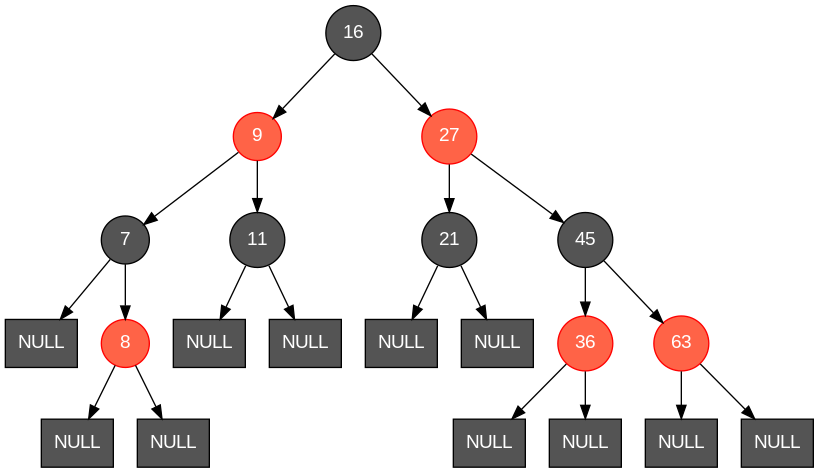
Before: diagram.png, a diagram exported from Graphviz (radwanCS/Data-Structure-Visualization-with-Graphviz). Its source is kept beside it as diagram.dot.
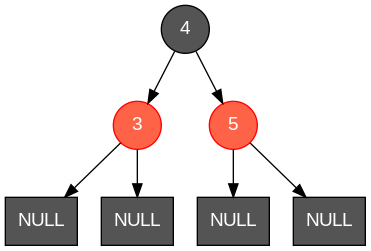
After the change.

Commit message:
red black tree update delete operations not implemented yet

The edit, as a diff of the source:
```diff
@@ -1,52 +1,17 @@
 digraph BST {
-	node [fontname="Arial", shape=circle];
-	16 [color = black, style=filled, fillcolor = gray33];
-	9 [color=red, style=filled, fillcolor=tomato];
-	16 -> 9;
-	16 [color = black, style = filled, fillcolor = gray33];
-	27 [color = red, style=filled, fillcolor = tomato];
-	16 -> 27;
-	9 [color=red, style=filled, fillcolor=tomato];
-	7 [color = black, style=filled, fillcolor = gray33];
-	9 -> 7;
-	9 [color = red, style=filled, fillcolor = tomato];
-	11 [color = black, style = filled, fillcolor = gray33];
-	9 -> 11;
+	node [fontname="Arial", shape=circle, fontcolor=white];
+	4 [color = black, style=filled, fillcolor = gray33];
+	3 [color=red, style=filled, fillcolor=tomato];
+	4 -> 3;
+	4 [color = black, style = filled, fillcolor = gray33];
+	5 [color = red, style=filled, fillcolor = tomato];
+	4 -> 5;
 	NULL1 [label="NULL" shape=rectangle, color = black, style = filled, fillcolor = gray33];
-	7 -> NULL1;
-	7 [color = black, style = filled, fillcolor = gray33];
-	8 [color = red, style=filled, fillcolor = tomato];
-	7 -> 8;
+	3 -> NULL1;
 	NULL2 [label="NULL" shape=rectangle, color = black, style = filled, fillcolor = gray33];
-	8 -> NULL2;
+	3 -> NULL2;
 	NULL3 [label="NULL" shape=rectangle, color = black, style = filled, fillcolor = gray33];
-	8 -> NULL3;
+	5 -> NULL3;
 	NULL4 [label="NULL" shape=rectangle, color = black, style = filled, fillcolor = gray33];
-	11 -> NULL4;
-	NULL5 [label="NULL" shape=rectangle, color = black, style = filled, fillcolor = gray33];
-	11 -> NULL5;
-	27 [color=red, style=filled, fillcolor=tomato];
-	21 [color = black, style=filled, fillcolor = gray33];
-	27 -> 21;
-	27 [color = red, style=filled, fillcolor = tomato];
-	45 [color = black, style = filled, fillcolor = gray33];
-	27 -> 45;
-	NULL6 [label="NULL" shape=rectangle, color = black, style = filled, fillcolor = gray33];
-	21 -> NULL6;
-	NULL7 [label="NULL" shape=rectangle, color = black, style = filled, fillcolor = gray33];
-	21 -> NULL7;
-	45 [color = black, style=filled, fillcolor = gray33];
-	36 [color=red, style=filled, fillcolor=tomato];
-	45 -> 36;
-	45 [color = black, style = filled, fillcolor = gray33];
-	63 [color = red, style=filled, fillcolor = tomato];
-	45 -> 63;
-	NULL8 [label="NULL" shape=rectangle, color = black, style = filled, fillcolor = gray33];
-	36 -> NULL8;
-	NULL9 [label="NULL" shape=rectangle, color = black, style = filled, fillcolor = gray33];
-	36 -> NULL9;
-	NULL10 [label="NULL" shape=rectangle, color = black, style = filled, fillcolor = gray33];
-	63 -> NULL10;
-	NULL11 [label="NULL" shape=rectangle, color = black, style = filled, fillcolor = gray33];
-	63 -> NULL11;
+	5 -> NULL4;
 }
```
